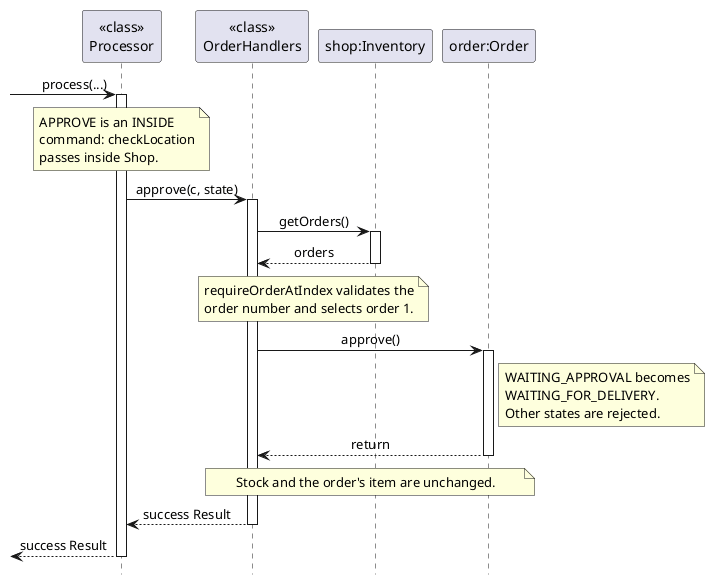
This is docs/images/OrderApprovalSequence.png from AY2627S1-CS2113-W14-4/tp, a PlantUML export, as it was before one commit.
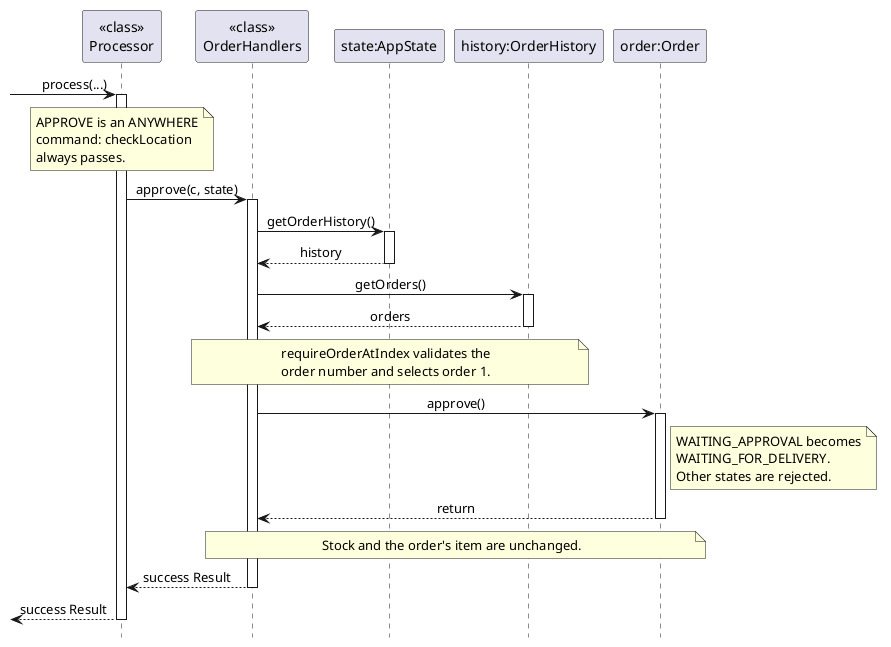
After the change.

Diff of the diagram source:
```diff
@@ -4,23 +4,28 @@
 
 participant "<<class>>\nProcessor" as Processor
 participant "<<class>>\nOrderHandlers" as Handlers
-participant "shop:Inventory" as Inventory
+participant "state:AppState" as State
+participant "history:OrderHistory" as History
 participant "order:Order" as Order
 
 [-> Processor : process(...)
 activate Processor
 note over Processor
-    APPROVE is an INSIDE
+    APPROVE is an ANYWHERE
     command: checkLocation
-    passes inside Shop.
+    always passes.
 end note
 Processor -> Handlers : approve(c, state)
 activate Handlers
-Handlers -> Inventory : getOrders()
-activate Inventory
-Inventory --> Handlers : orders
-deactivate Inventory
-note over Handlers, Inventory
+Handlers -> State : getOrderHistory()
+activate State
+State --> Handlers : history
+deactivate State
+Handlers -> History : getOrders()
+activate History
+History --> Handlers : orders
+deactivate History
+note over Handlers, History
     requireOrderAtIndex validates the
     order number and selects order 1.
 end note
```
